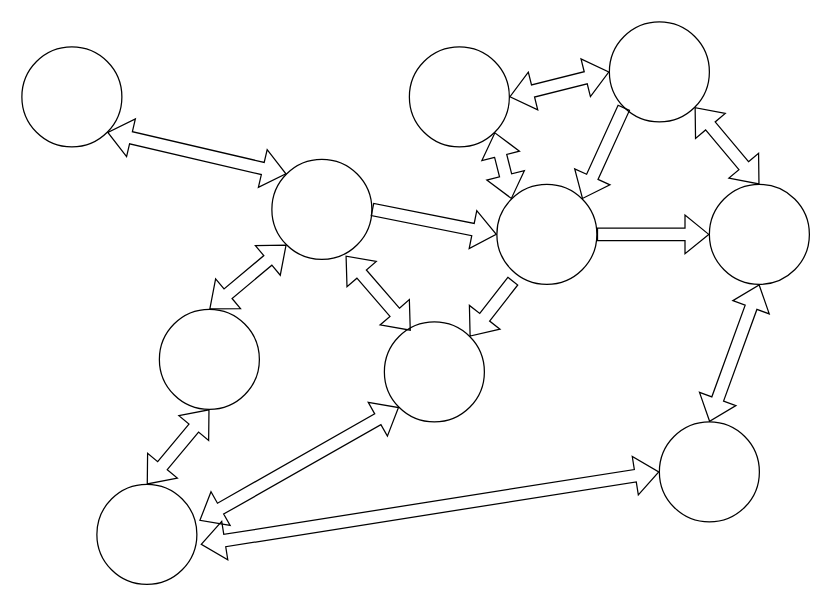
The draw.io diagram Untitled Diagram.drawio in NoahKise/graph-search-practice, before the edit. Source tidied: cells renumbered, new cells numbered last; positions are measured from the earlier drawing's top-left corner, leaving out a move shared by most shapes. Both pictures are drawn from the tidied source at 125%, with x=0, y=0 at pixel (21, 21).
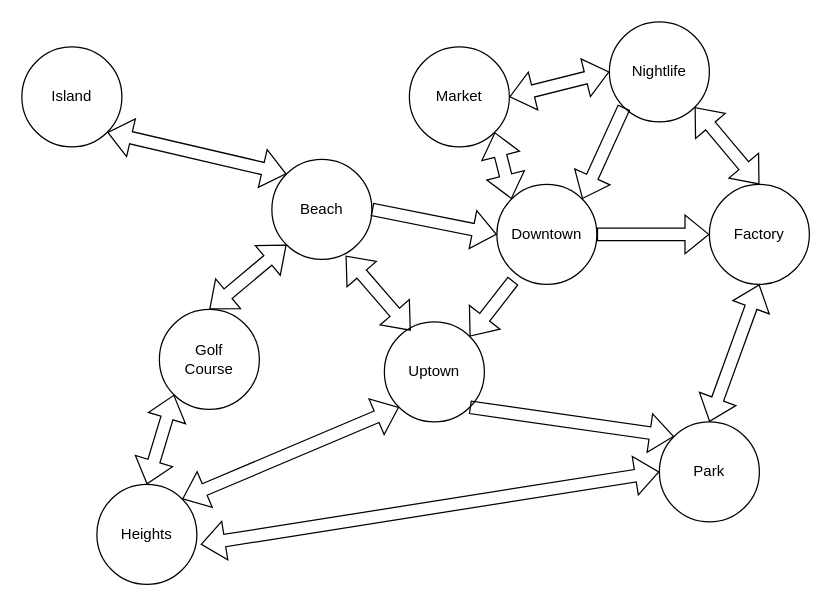
The same diagram, later.

Unchanged cells that the change refers to:
```xml
<mxCell id="8" style="ellipse;whiteSpace=wrap;html=1;" parent="1" vertex="1">
  <mxGeometry x="110" y="230" width="80" height="80" as="geometry" />
</mxCell>
<mxCell id="9" style="ellipse;whiteSpace=wrap;html=1;" parent="1" vertex="1">
  <mxGeometry x="60" y="370" width="80" height="80" as="geometry" />
</mxCell>
<mxCell id="10" style="ellipse;whiteSpace=wrap;html=1;" parent="1" vertex="1">
  <mxGeometry x="290" y="240" width="80" height="80" as="geometry" />
</mxCell>
<mxCell id="11" style="ellipse;whiteSpace=wrap;html=1;" parent="1" vertex="1">
  <mxGeometry x="510" y="320" width="80" height="80" as="geometry" />
</mxCell>
```

What changed in the source:
```diff
@@
-    <mxCell id="13" style="shape=flexArrow;endArrow=classic;startArrow=classic;html=1;rounded=0;entryX=0.5;entryY=1;entryDx=0;entryDy=0;exitX=0.5;exitY=0;exitDx=0;exitDy=0;" parent="1" edge="1" source="9" target="8">
+    <mxCell id="13" style="shape=flexArrow;endArrow=classic;startArrow=classic;html=1;rounded=0;entryX=0;entryY=1;entryDx=0;entryDy=0;exitX=0.5;exitY=0;exitDx=0;exitDy=0;" parent="1" edge="1" source="9" target="8">
       <mxGeometry relative="1" as="geometry" />
     </mxCell>
-    <mxCell id="14" style="shape=flexArrow;endArrow=classic;startArrow=classic;html=1;rounded=0;entryX=1.025;entryY=0.363;entryDx=0;entryDy=0;exitX=0;exitY=1;exitDx=0;exitDy=0;entryPerimeter=0;" parent="1" edge="1" source="10" target="9">
+    <mxCell id="14" style="shape=flexArrow;endArrow=classic;startArrow=classic;html=1;rounded=0;entryX=1;entryY=0;entryDx=0;entryDy=0;exitX=0;exitY=1;exitDx=0;exitDy=0;" parent="1" edge="1" source="10" target="9">
       <mxGeometry relative="1" as="geometry" />
     </mxCell>
@@
+    <mxCell id="26" value="Downtown" style="text;html=1;align=center;verticalAlign=middle;whiteSpace=wrap;rounded=0;" parent="1" vertex="1">
+      <mxGeometry x="390" y="155" width="60" height="30" as="geometry" />
+    </mxCell>
+    <mxCell id="27" value="Island" style="text;html=1;align=center;verticalAlign=middle;whiteSpace=wrap;rounded=0;" parent="1" vertex="1">
+      <mxGeometry x="10" y="45" width="60" height="30" as="geometry" />
+    </mxCell>
+    <mxCell id="28" value="Uptown" style="text;html=1;align=center;verticalAlign=middle;whiteSpace=wrap;rounded=0;" parent="1" vertex="1">
+      <mxGeometry x="300" y="265" width="60" height="30" as="geometry" />
+    </mxCell>
+    <mxCell id="29" value="Beach" style="text;html=1;align=center;verticalAlign=middle;whiteSpace=wrap;rounded=0;" parent="1" vertex="1">
+      <mxGeometry x="210" y="135" width="60" height="30" as="geometry" />
+    </mxCell>
+    <mxCell id="30" value="Heights" style="text;html=1;align=center;verticalAlign=middle;whiteSpace=wrap;rounded=0;" parent="1" vertex="1">
+      <mxGeometry x="70" y="395" width="60" height="30" as="geometry" />
+    </mxCell>
+    <mxCell id="31" value="Park" style="text;html=1;align=center;verticalAlign=middle;whiteSpace=wrap;rounded=0;" parent="1" vertex="1">
+      <mxGeometry x="520" y="345" width="60" height="30" as="geometry" />
+    </mxCell>
+    <mxCell id="32" value="Golf Course" style="text;html=1;align=center;verticalAlign=middle;whiteSpace=wrap;rounded=0;" parent="1" vertex="1">
+      <mxGeometry x="120" y="255" width="60" height="30" as="geometry" />
+    </mxCell>
+    <mxCell id="33" value="Market" style="text;html=1;align=center;verticalAlign=middle;whiteSpace=wrap;rounded=0;" parent="1" vertex="1">
+      <mxGeometry x="320" y="45" width="60" height="30" as="geometry" />
+    </mxCell>
+    <mxCell id="34" value="Factory" style="text;html=1;align=center;verticalAlign=middle;whiteSpace=wrap;rounded=0;" parent="1" vertex="1">
+      <mxGeometry x="560" y="155" width="60" height="30" as="geometry" />
+    </mxCell>
+    <mxCell id="35" value="Nightlife" style="text;html=1;align=center;verticalAlign=middle;whiteSpace=wrap;rounded=0;" parent="1" vertex="1">
+      <mxGeometry x="480" y="25" width="60" height="30" as="geometry" />
+    </mxCell>
+    <mxCell id="36" style="shape=flexArrow;endArrow=classic;html=1;rounded=0;exitX=1;exitY=1;exitDx=0;exitDy=0;entryX=0;entryY=0;entryDx=0;entryDy=0;" parent="1" edge="1" source="10" target="11">
+      <mxGeometry relative="1" as="geometry" />
+    </mxCell>
```
